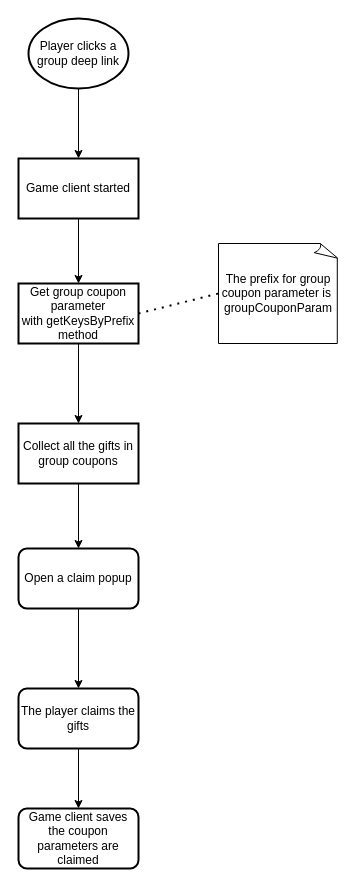
Earlier version of the draw.io diagram page "Group process flow" (7 of 7) of Remote Config Coupon Architecture.drawio (yaohuiwu/SimpleFS). Source tidied: cells renumbered, new cells numbered last; positions are measured from the earlier drawing's top-left corner, leaving out a move shared by most shapes. Both pictures are drawn from the tidied source at 100%, with x=0, y=0 at pixel (18, 18).
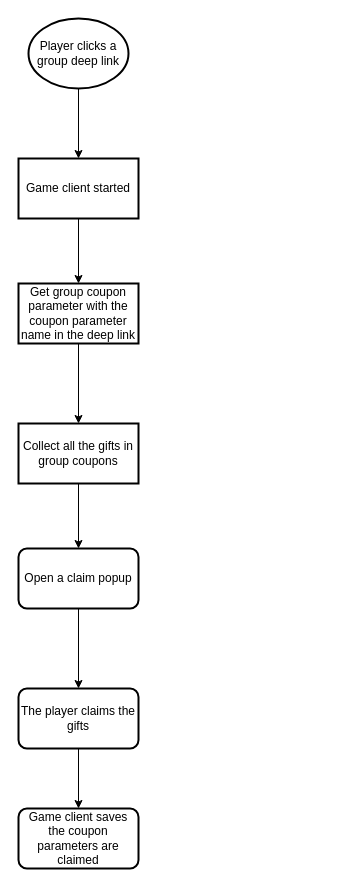
The same page after the edit.

The edit, as a diff of the source:
```diff
@@
 <mxGraphModel>
   <root>
     <mxCell id="0" />
     <mxCell id="1" parent="0" />
     <mxCell id="2" style="edgeStyle=orthogonalEdgeStyle;rounded=0;jettySize=auto;html=1;" parent="1" edge="1" source="3" target="5">
       <mxGeometry relative="1" as="geometry" />
     </mxCell>
     <mxCell id="3" value="Player clicks a group deep link" style="strokeWidth=2;html=1;shape=mxgraph.flowchart.start_2;whiteSpace=wrap;" parent="1" vertex="1">
       <mxGeometry x="10" width="100" height="70" as="geometry" />
     </mxCell>
     <mxCell id="4" style="edgeStyle=orthogonalEdgeStyle;rounded=0;jettySize=auto;html=1;" parent="1" edge="1" source="5" target="7">
       <mxGeometry relative="1" as="geometry" />
     </mxCell>
     <mxCell id="5" value="Game client started" style="whiteSpace=wrap;html=1;strokeWidth=2;" parent="1" vertex="1">
       <mxGeometry y="140" width="120" height="60" as="geometry" />
     </mxCell>
     <mxCell id="6" style="edgeStyle=orthogonalEdgeStyle;rounded=0;jettySize=auto;html=1;" parent="1" edge="1" source="7" target="11">
       <mxGeometry relative="1" as="geometry" />
     </mxCell>
-    <mxCell id="7" value="Get group coupon parameter with&amp;nbsp;getKeysByPrefix method" style="whiteSpace=wrap;html=1;strokeWidth=2;" parent="1" vertex="1">
+    <mxCell id="7" value="Get group coupon parameter with the coupon parameter name in the deep link" style="whiteSpace=wrap;html=1;strokeWidth=2;" parent="1" vertex="1">
       <mxGeometry y="265" width="120" height="60" as="geometry" />
     </mxCell>
-    <mxCell id="8" value="The prefix for group coupon parameter is&amp;nbsp; groupCouponParam" style="whiteSpace=wrap;html=1;shape=mxgraph.basic.document;" parent="1" vertex="1">
-      <mxGeometry x="200" y="225" width="120" height="100" as="geometry" />
-    </mxCell>
-    <mxCell id="9" style="endArrow=none;dashed=1;html=1;dashPattern=1 3;strokeWidth=2;rounded=0;entryX=0;entryY=0.5;entryDx=0;entryDy=0;entryPerimeter=0;exitX=1;exitY=0.5;exitDx=0;exitDy=0;" parent="1" edge="1" source="7" target="8">
-      <mxGeometry relative="1" as="geometry" />
-    </mxCell>
     <mxCell id="10" style="edgeStyle=orthogonalEdgeStyle;rounded=0;jettySize=auto;html=1;" parent="1" edge="1" source="11" target="13">
       <mxGeometry relative="1" as="geometry" />
     </mxCell>
     <mxCell id="11" value="Collect all the gifts in group coupons" style="whiteSpace=wrap;html=1;strokeWidth=2;" parent="1" vertex="1">
       <mxGeometry y="405" width="120" height="60" as="geometry" />
     </mxCell>
     <mxCell id="12" style="edgeStyle=orthogonalEdgeStyle;rounded=0;jettySize=auto;html=1;" parent="1" edge="1" source="13" target="15">
       <mxGeometry relative="1" as="geometry" />
     </mxCell>
     <mxCell id="13" value="Open a claim popup" style="whiteSpace=wrap;html=1;rounded=1;arcSize=14;strokeWidth=2;" parent="1" vertex="1">
       <mxGeometry y="530" width="120" height="60" as="geometry" />
     </mxCell>
     <mxCell id="14" style="edgeStyle=orthogonalEdgeStyle;rounded=0;jettySize=auto;html=1;" parent="1" edge="1" source="15" target="16">
       <mxGeometry relative="1" as="geometry" />
     </mxCell>
     <mxCell id="15" value="The player claims the gifts" style="whiteSpace=wrap;html=1;rounded=1;arcSize=14;strokeWidth=2;" parent="1" vertex="1">
       <mxGeometry y="670" width="120" height="60" as="geometry" />
     </mxCell>
     <mxCell id="16" value="Game client saves the coupon parameters are claimed" style="whiteSpace=wrap;html=1;rounded=1;arcSize=14;strokeWidth=2;" parent="1" vertex="1">
       <mxGeometry y="790" width="120" height="60" as="geometry" />
     </mxCell>
   </root>
 </mxGraphModel>
```
